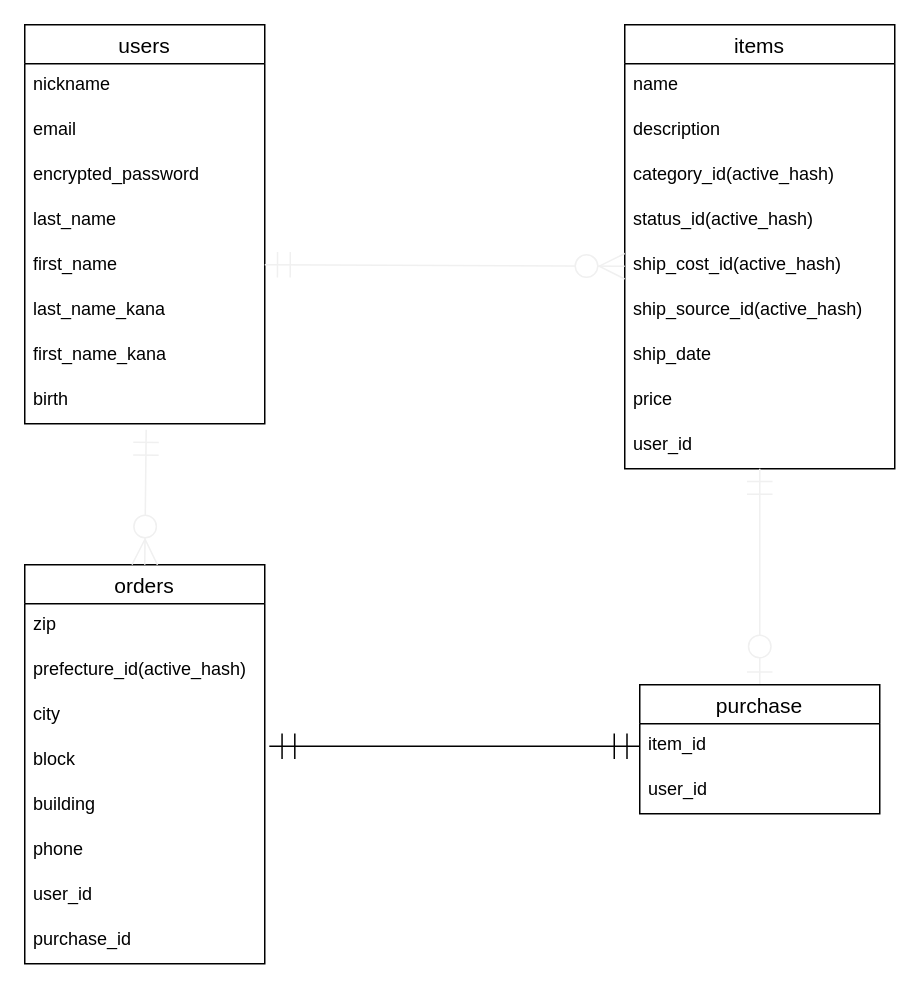
Before: furima.dio in Tatsuya9156/furima-33498, a draw.io diagram. Source tidied: cells renumbered, new cells numbered last; positions are measured from the earlier drawing's top-left corner, leaving out a move shared by most shapes. Both pictures are drawn from the tidied source at 150%, with x=0, y=0 at pixel (24, 24).
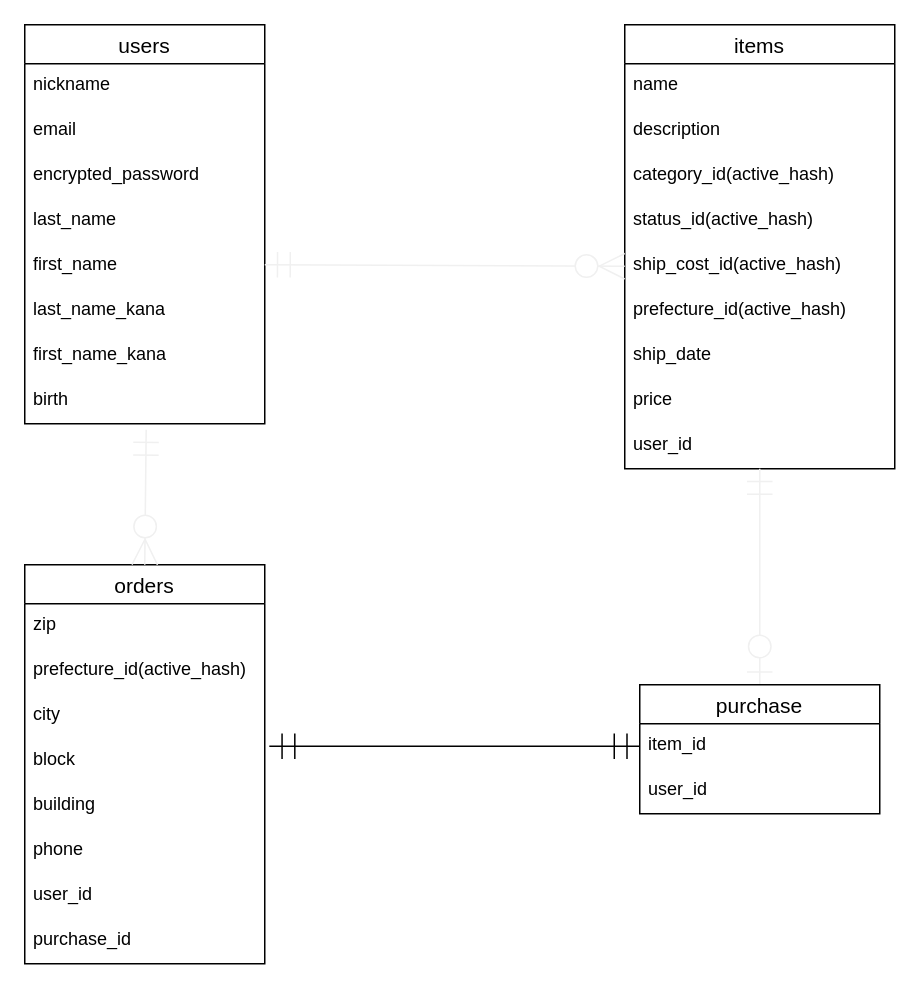
The same diagram, later.

Commit message (it also covers changes not shown here):
itemsテーブルとordersテーブルの都道府県active_hashの統合

The change refers to these unchanged cells:
```xml
<mxCell id="11" value="items" style="swimlane;fontStyle=0;horizontal=1;startSize=26;align=center;fontSize=14;" parent="1" vertex="1">
  <mxGeometry x="400" width="180" height="296" as="geometry" />
</mxCell>
```

Change to the diagram source:
```diff
@@
-    <mxCell id="17" value="ship_source_id(active_hash)" style="text;strokeColor=none;fillColor=none;spacingLeft=4;spacingRight=4;overflow=hidden;fontSize=12;" parent="11" vertex="1">
+    <mxCell id="17" value="prefecture_id(active_hash)" style="text;strokeColor=none;fillColor=none;spacingLeft=4;spacingRight=4;overflow=hidden;fontSize=12;" parent="11" vertex="1">
       <mxGeometry y="176" width="180" height="30" as="geometry" />
     </mxCell>
```
